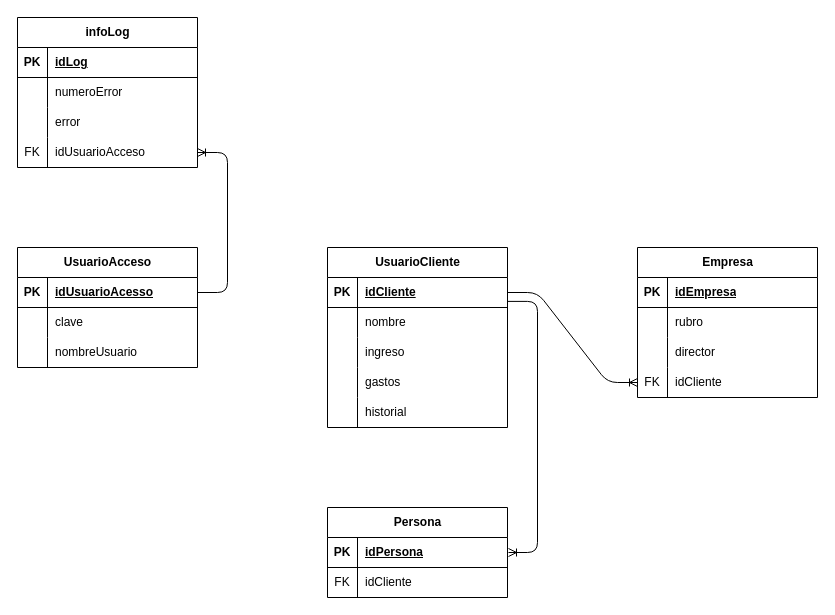
Above: EdgarCood.drawio in Sainjan/Refrito_Creditos (draw.io), before the change. Source tidied: cells renumbered, new cells numbered last; positions are measured from the earlier drawing's top-left corner, leaving out a move shared by most shapes. Both pictures are drawn from the tidied source at 100%, with x=0, y=0 at pixel (17, 17).
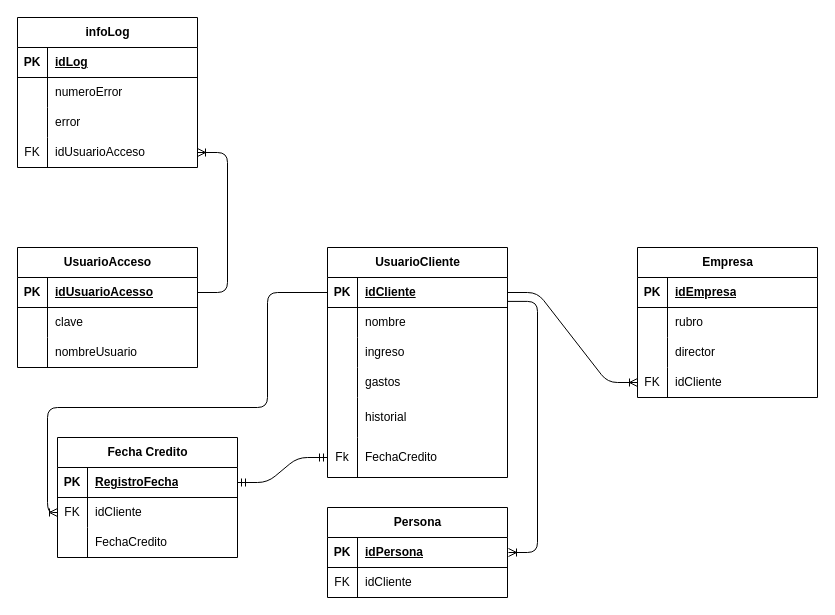
Above is the later version.

The change refers to these unchanged cells:
```xml
<mxCell id="13" style="shape=tableRow;horizontal=0;startSize=0;swimlaneHead=0;swimlaneBody=0;fillColor=none;points=[[0,0.5],[1,0.5]];portConstraint=eastwest;top=0;left=0;right=0;bottom=1;" parent="12" vertex="1">
  <mxGeometry y="30" width="180" height="30" as="geometry" />
</mxCell>
```

The edit, as a diff of the source:
```diff
@@
     <mxCell id="12" value="UsuarioCliente" style="shape=table;startSize=30;childLayout=tableLayout;rowLines=0;fontStyle=1;align=center;html=1;" parent="1" vertex="1">
-      <mxGeometry x="310" y="230" width="180" height="180" as="geometry" />
+      <mxGeometry x="310" y="230" width="180" height="230" as="geometry" />
     </mxCell>
@@
     <mxCell id="25" style="shape=tableRow;horizontal=0;startSize=0;swimlaneHead=0;swimlaneBody=0;fillColor=none;top=0;left=0;right=0;bottom=0;" parent="12" vertex="1">
-      <mxGeometry y="150" width="180" height="30" as="geometry" />
+      <mxGeometry y="150" width="180" height="40" as="geometry" />
     </mxCell>
     <mxCell id="26" style="shape=partialRectangle;fillColor=none;top=0;left=0;bottom=0;right=0;overflow=hidden;whiteSpace=wrap;html=1;" parent="25" vertex="1">
-      <mxGeometry width="30" height="30" as="geometry" />
+      <mxGeometry width="30" height="40" as="geometry" />
     </mxCell>
     <mxCell id="27" value="historial" style="shape=partialRectangle;fillColor=none;top=0;left=0;bottom=0;right=0;align=left;spacingLeft=6;overflow=hidden;whiteSpace=wrap;html=1;" parent="25" vertex="1">
-      <mxGeometry x="30" width="150" height="30" as="geometry" />
+      <mxGeometry x="30" width="150" height="40" as="geometry" />
     </mxCell>
+    <mxCell id="64" style="shape=tableRow;horizontal=0;startSize=0;swimlaneHead=0;swimlaneBody=0;fillColor=none;points=[[0,0.5],[1,0.5]];portConstraint=eastwest;top=0;left=0;right=0;bottom=0;" parent="12" vertex="1">
+      <mxGeometry y="190" width="180" height="40" as="geometry" />
+    </mxCell>
+    <mxCell id="65" value="Fk" style="shape=partialRectangle;fillColor=none;top=0;left=0;bottom=0;right=0;overflow=hidden;whiteSpace=wrap;html=1;" parent="64" vertex="1">
+      <mxGeometry width="30" height="40" as="geometry" />
+    </mxCell>
+    <mxCell id="66" value="FechaCredito" style="shape=partialRectangle;fillColor=none;top=0;left=0;bottom=0;right=0;align=left;spacingLeft=6;overflow=hidden;whiteSpace=wrap;html=1;" parent="64" vertex="1">
+      <mxGeometry x="30" width="150" height="40" as="geometry" />
+    </mxCell>
@@
+    <mxCell id="67" value="Fecha Credito" style="shape=table;startSize=30;childLayout=tableLayout;rowLines=0;fontStyle=1;align=center;html=1;" parent="1" vertex="1">
+      <mxGeometry x="40" y="420" width="180" height="120" as="geometry" />
+    </mxCell>
+    <mxCell id="68" style="shape=tableRow;horizontal=0;startSize=0;swimlaneHead=0;swimlaneBody=0;fillColor=none;points=[[0,0.5],[1,0.5]];portConstraint=eastwest;top=0;left=0;right=0;bottom=1;" parent="67" vertex="1">
+      <mxGeometry y="30" width="180" height="30" as="geometry" />
+    </mxCell>
+    <mxCell id="69" value="PK" style="shape=partialRectangle;fillColor=none;top=0;left=0;bottom=0;right=0;fontStyle=1;overflow=hidden;whiteSpace=wrap;html=1;" parent="68" vertex="1">
+      <mxGeometry width="30" height="30" as="geometry" />
+    </mxCell>
+    <mxCell id="70" value="RegistroFecha" style="shape=partialRectangle;fillColor=none;top=0;left=0;bottom=0;right=0;align=left;spacingLeft=6;fontStyle=5;overflow=hidden;whiteSpace=wrap;html=1;" parent="68" vertex="1">
+      <mxGeometry x="30" width="150" height="30" as="geometry" />
+    </mxCell>
+    <mxCell id="71" style="shape=tableRow;horizontal=0;startSize=0;swimlaneHead=0;swimlaneBody=0;fillColor=none;points=[[0,0.5],[1,0.5]];portConstraint=eastwest;top=0;left=0;right=0;bottom=0;" parent="67" vertex="1">
+      <mxGeometry y="60" width="180" height="30" as="geometry" />
+    </mxCell>
+    <mxCell id="72" value="FK" style="shape=partialRectangle;fillColor=none;top=0;left=0;bottom=0;right=0;overflow=hidden;whiteSpace=wrap;html=1;" parent="71" vertex="1">
+      <mxGeometry width="30" height="30" as="geometry" />
+    </mxCell>
+    <mxCell id="73" value="idCliente" style="shape=partialRectangle;fillColor=none;top=0;left=0;bottom=0;right=0;align=left;spacingLeft=6;overflow=hidden;whiteSpace=wrap;html=1;" parent="71" vertex="1">
+      <mxGeometry x="30" width="150" height="30" as="geometry" />
+    </mxCell>
+    <mxCell id="74" style="shape=tableRow;horizontal=0;startSize=0;swimlaneHead=0;swimlaneBody=0;fillColor=none;top=0;left=0;right=0;bottom=0;" parent="67" vertex="1">
+      <mxGeometry y="90" width="180" height="30" as="geometry" />
+    </mxCell>
+    <mxCell id="75" style="shape=partialRectangle;fillColor=none;top=0;left=0;bottom=0;right=0;overflow=hidden;whiteSpace=wrap;html=1;" parent="74" vertex="1">
+      <mxGeometry width="30" height="30" as="geometry" />
+    </mxCell>
+    <mxCell id="76" value="FechaCredito" style="shape=partialRectangle;fillColor=none;top=0;left=0;bottom=0;right=0;align=left;spacingLeft=6;overflow=hidden;whiteSpace=wrap;html=1;" parent="74" vertex="1">
+      <mxGeometry x="30" width="150" height="30" as="geometry" />
+    </mxCell>
+    <mxCell id="77" style="edgeStyle=orthogonalEdgeStyle;fontSize=12;html=1;endArrow=ERoneToMany;exitX=0;exitY=0.5;exitDx=0;exitDy=0;entryX=0;entryY=0.5;entryDx=0;entryDy=0;" parent="1" edge="1" source="13" target="71">
+      <mxGeometry relative="1" as="geometry">
+        <Array as="points">
+          <mxPoint x="250" y="275" />
+          <mxPoint x="250" y="390" />
+          <mxPoint x="30" y="390" />
+          <mxPoint x="30" y="495" />
+        </Array>
+      </mxGeometry>
+    </mxCell>
+    <mxCell id="78" style="edgeStyle=entityRelationEdgeStyle;fontSize=12;html=1;endArrow=ERmandOne;startArrow=ERmandOne;" parent="1" edge="1" source="68" target="64">
+      <mxGeometry relative="1" as="geometry" />
+    </mxCell>
```
